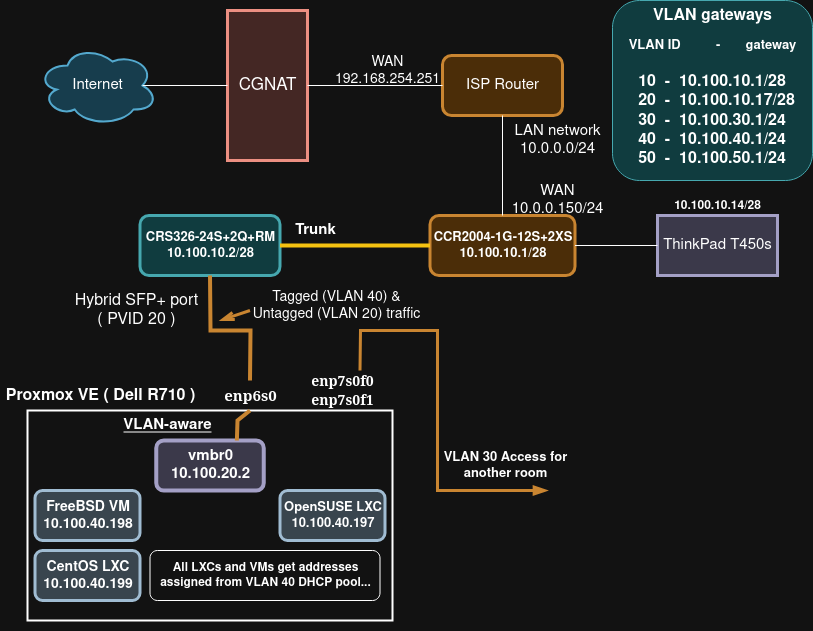
The draw.io diagram media/topology.png in Andreansx/Networking-lab, before a commit. Source tidied: cells renumbered, new cells last; positions are measured from the earlier drawing's top-left corner, leaving out a move shared by most shapes.
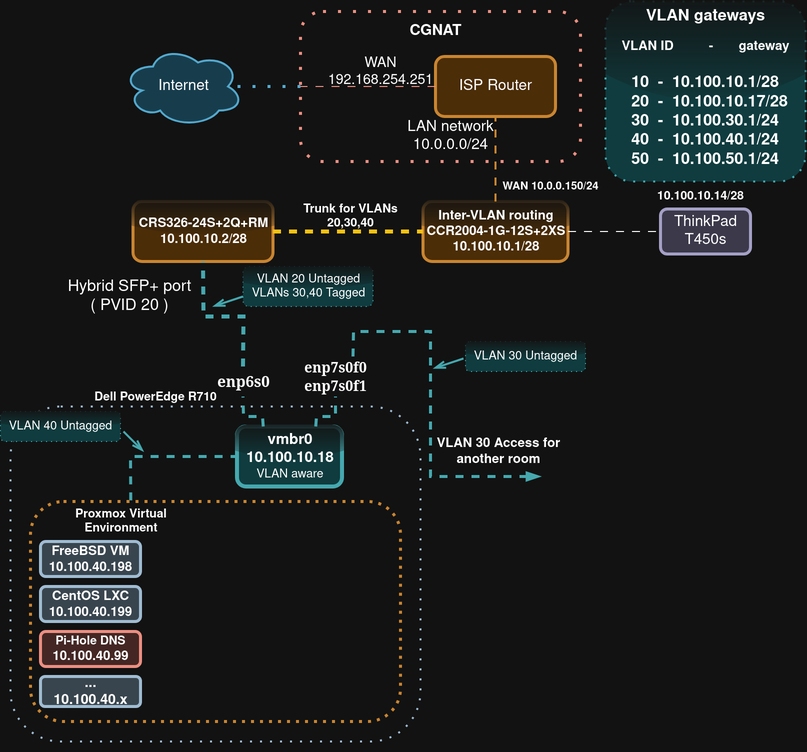
The same diagram one commit later.

The edit, as a diff of the source:
```diff
@@ -4,4 +4,13 @@
     <mxCell id="1" parent="0" />
+    <mxCell id="17" style="rounded=1;whiteSpace=wrap;html=1;strokeWidth=2;perimeterSpacing=0;dashed=1;dashPattern=1 4;fillColor=none;strokeColor=#23445d;glass=0;" parent="1" vertex="1">
+      <mxGeometry x="18" y="405" width="410" height="335" as="geometry" />
+    </mxCell>
+    <mxCell id="41" style="rounded=1;whiteSpace=wrap;html=1;dashed=1;dashPattern=1 2;fillColor=none;strokeColor=#b46504;strokeWidth=3;" parent="1" vertex="1">
+      <mxGeometry x="38" y="500" width="370" height="220" as="geometry" />
+    </mxCell>
+    <mxCell id="4" style="rounded=1;whiteSpace=wrap;html=1;fillColor=none;strokeColor=#ae4132;strokeWidth=3;dashed=1;dashPattern=1 4;" parent="1" vertex="1">
+      <mxGeometry x="308" y="10" width="280" height="150" as="geometry" />
+    </mxCell>
     <mxCell id="2" value="&lt;font style=&quot;font-size: 15px;&quot;&gt;Internet&lt;/font&gt;" style="ellipse;shape=cloud;whiteSpace=wrap;html=1;fillColor=#b1ddf0;strokeColor=#10739e;strokeWidth=2;" parent="1" vertex="1">
-      <mxGeometry x="38" y="45" width="120" height="80" as="geometry" />
+      <mxGeometry x="130.5" y="45" width="120" height="80" as="geometry" />
     </mxCell>
@@ -10,9 +19,6 @@
     </mxCell>
-    <mxCell id="4" value="&lt;font style=&quot;font-size: 17px;&quot;&gt;CGNAT&lt;/font&gt;" style="rounded=0;whiteSpace=wrap;html=1;fillColor=#fad9d5;strokeColor=#ae4132;strokeWidth=3;" parent="1" vertex="1">
-      <mxGeometry x="228" y="10" width="80" height="150" as="geometry" />
-    </mxCell>
-    <mxCell id="5" style="endArrow=none;html=1;rounded=0;entryX=0;entryY=0.5;entryDx=0;entryDy=0;exitX=1;exitY=0.5;exitDx=0;exitDy=0;" parent="1" edge="1" source="4" target="3">
+    <mxCell id="5" style="endArrow=none;html=1;rounded=0;entryX=0;entryY=0.5;entryDx=0;entryDy=0;exitX=0;exitY=0.5;exitDx=0;exitDy=0;fillColor=#fad9d5;strokeColor=#ae4132;flowAnimation=1;" parent="1" edge="1" source="3" target="4">
       <mxGeometry relative="1" as="geometry" />
     </mxCell>
-    <mxCell id="6" style="endArrow=none;html=1;rounded=0;entryX=0;entryY=0.5;entryDx=0;entryDy=0;exitX=0.875;exitY=0.5;exitDx=0;exitDy=0;exitPerimeter=0;" parent="1" edge="1" source="2" target="4">
+    <mxCell id="6" style="endArrow=none;html=1;rounded=0;entryX=0.875;entryY=0.5;entryDx=0;entryDy=0;exitX=0;exitY=0.5;exitDx=0;exitDy=0;fillColor=#b1ddf0;strokeColor=#10739e;flowAnimation=1;entryPerimeter=0;strokeWidth=3;endFill=0;dashed=1;dashPattern=1 4;" parent="1" edge="1" source="4" target="2">
       <mxGeometry relative="1" as="geometry" />
@@ -23,39 +29,36 @@
     <mxCell id="8" value="&lt;div&gt;&lt;font style=&quot;font-size: 15px;&quot;&gt;LAN network&lt;/font&gt;&lt;/div&gt;&lt;div&gt;&lt;font style=&quot;font-size: 15px;&quot;&gt;10.0.0.0/24&lt;/font&gt;&lt;/div&gt;" style="text;html=1;align=center;verticalAlign=middle;whiteSpace=wrap;rounded=0;" parent="1" vertex="1">
-      <mxGeometry x="513" y="125" width="90" height="30" as="geometry" />
+      <mxGeometry x="413" y="120" width="90" height="30" as="geometry" />
     </mxCell>
-    <mxCell id="9" value="&lt;div&gt;&lt;font style=&quot;font-size: 13px;&quot;&gt;&lt;b&gt;CCR2004-1G-12S+2XS&lt;/b&gt;&lt;/font&gt;&lt;/div&gt;&lt;div&gt;&lt;font style=&quot;font-size: 13px;&quot;&gt;&lt;b&gt;10.100.10.1/28&lt;/b&gt;&lt;/font&gt;&lt;/div&gt;" style="rounded=1;whiteSpace=wrap;html=1;fillColor=#fad7ac;strokeColor=#b46504;strokeWidth=3;" parent="1" vertex="1">
-      <mxGeometry x="430.5" y="215" width="145" height="60" as="geometry" />
+    <mxCell id="9" value="&lt;div&gt;&lt;font style=&quot;font-size: 13px;&quot;&gt;&lt;b&gt;Inter-VLAN routing&lt;/b&gt;&lt;/font&gt;&lt;/div&gt;&lt;div&gt;&lt;font style=&quot;font-size: 13px;&quot;&gt;&lt;b&gt;CCR2004-1G-12S+2XS&lt;/b&gt;&lt;/font&gt;&lt;/div&gt;&lt;div&gt;&lt;font style=&quot;font-size: 13px;&quot;&gt;&lt;b&gt;10.100.10.1/28&lt;/b&gt;&lt;/font&gt;&lt;/div&gt;" style="rounded=1;whiteSpace=wrap;html=1;fillColor=#fad7ac;strokeColor=#b46504;strokeWidth=3;glass=1;" parent="1" vertex="1">
+      <mxGeometry x="430.5" y="200" width="145" height="60" as="geometry" />
     </mxCell>
-    <mxCell id="10" style="endArrow=none;html=1;rounded=0;entryX=0.5;entryY=1;entryDx=0;entryDy=0;exitX=0.5;exitY=0;exitDx=0;exitDy=0;" parent="1" edge="1" source="9" target="3">
+    <mxCell id="10" style="endArrow=none;html=1;rounded=0;entryX=0.5;entryY=1;entryDx=0;entryDy=0;exitX=0.5;exitY=0;exitDx=0;exitDy=0;fillColor=#fad7ac;strokeColor=#b46504;strokeWidth=2;flowAnimation=1;" parent="1" edge="1" source="9" target="3">
       <mxGeometry relative="1" as="geometry" />
     </mxCell>
-    <mxCell id="11" value="&lt;div&gt;&lt;font style=&quot;font-size: 15px;&quot;&gt;WAN&lt;/font&gt;&lt;/div&gt;&lt;div&gt;&lt;font style=&quot;font-size: 15px;&quot;&gt;10.0.0.150/24&lt;/font&gt;&lt;/div&gt;" style="text;html=1;align=center;verticalAlign=middle;whiteSpace=wrap;rounded=0;" parent="1" vertex="1">
-      <mxGeometry x="503" y="185" width="110" height="30" as="geometry" />
+    <mxCell id="11" value="&lt;div&gt;&lt;b&gt;&lt;font style=&quot;font-size: 11px;&quot;&gt;WAN 10.0.0.150/24&lt;/font&gt;&lt;/b&gt;&lt;/div&gt;" style="text;html=1;align=center;verticalAlign=middle;whiteSpace=wrap;rounded=0;" parent="1" vertex="1">
+      <mxGeometry x="503" y="170" width="110" height="30" as="geometry" />
     </mxCell>
-    <mxCell id="12" value="&lt;div&gt;&lt;font style=&quot;font-size: 13px;&quot;&gt;&lt;b&gt;CRS326-24S+2Q+RM&lt;/b&gt;&lt;/font&gt;&lt;/div&gt;&lt;div&gt;&lt;font style=&quot;font-size: 13px;&quot;&gt;&lt;b&gt;10.100.10.2/28&lt;/b&gt;&lt;/font&gt;&lt;/div&gt;" style="rounded=1;whiteSpace=wrap;html=1;fillColor=#b0e3e6;strokeColor=#0e8088;strokeWidth=3;" parent="1" vertex="1">
-      <mxGeometry x="140.5" y="215" width="140" height="60" as="geometry" />
+    <mxCell id="12" value="&lt;div&gt;&lt;font style=&quot;font-size: 13px;&quot;&gt;&lt;b&gt;CRS326-24S+2Q+RM&lt;/b&gt;&lt;/font&gt;&lt;/div&gt;&lt;div&gt;&lt;font style=&quot;font-size: 13px;&quot;&gt;&lt;b&gt;10.100.10.2/28&lt;/b&gt;&lt;/font&gt;&lt;/div&gt;" style="rounded=1;whiteSpace=wrap;html=1;fillColor=#fad7ac;strokeColor=#b46504;strokeWidth=3;glass=1;" parent="1" vertex="1">
+      <mxGeometry x="140.5" y="200" width="140" height="60" as="geometry" />
     </mxCell>
-    <mxCell id="13" style="endArrow=none;html=1;rounded=0;strokeWidth=4;strokeColor=light-dark(#000000,#F5C211);entryX=0;entryY=0.5;entryDx=0;entryDy=0;exitX=1;exitY=0.5;exitDx=0;exitDy=0;" parent="1" edge="1" source="12" target="9">
+    <mxCell id="13" style="endArrow=none;html=1;rounded=0;strokeWidth=4;strokeColor=light-dark(#000000,#F5C211);entryX=0;entryY=0.5;entryDx=0;entryDy=0;exitX=1;exitY=0.5;exitDx=0;exitDy=0;flowAnimation=1;" parent="1" edge="1" source="12" target="9">
       <mxGeometry relative="1" as="geometry" />
     </mxCell>
-    <mxCell id="14" value="&lt;b&gt;&lt;font style=&quot;font-size: 15px;&quot;&gt;Trunk&lt;/font&gt;&lt;/b&gt;" style="text;html=1;align=center;verticalAlign=middle;whiteSpace=wrap;rounded=0;" parent="1" vertex="1">
-      <mxGeometry x="270.5" y="215" width="90" height="30" as="geometry" />
+    <mxCell id="14" value="&lt;b&gt;Trunk for VLANs 20,30,40&lt;/b&gt;" style="text;html=1;align=center;verticalAlign=middle;whiteSpace=wrap;rounded=0;" parent="1" vertex="1">
+      <mxGeometry x="303" y="200" width="110" height="30" as="geometry" />
     </mxCell>
-    <mxCell id="15" value="&lt;font style=&quot;font-size: 15px;&quot;&gt;ThinkPad T450s&lt;/font&gt;" style="rounded=0;whiteSpace=wrap;html=1;fillColor=#d0cee2;strokeColor=#56517e;strokeWidth=3;" parent="1" vertex="1">
-      <mxGeometry x="658" y="215" width="120" height="60" as="geometry" />
+    <mxCell id="15" value="&lt;font style=&quot;font-size: 15px;&quot;&gt;ThinkPad T450s&lt;/font&gt;" style="rounded=1;whiteSpace=wrap;html=1;fillColor=#d0cee2;strokeColor=#56517e;strokeWidth=3;" parent="1" vertex="1">
+      <mxGeometry x="668" y="207.5" width="90" height="45" as="geometry" />
     </mxCell>
     <mxCell id="16" value="&lt;div&gt;&lt;b&gt;10.100.10.14/28&lt;/b&gt;&lt;/div&gt;" style="text;html=1;align=center;verticalAlign=middle;whiteSpace=wrap;rounded=0;" parent="1" vertex="1">
-      <mxGeometry x="668" y="180" width="100" height="50" as="geometry" />
+      <mxGeometry x="658" y="170" width="100" height="50" as="geometry" />
     </mxCell>
-    <mxCell id="17" style="rounded=0;whiteSpace=wrap;html=1;strokeWidth=2;" parent="1" vertex="1">
-      <mxGeometry x="28" y="410" width="365" height="210" as="geometry" />
-    </mxCell>
-    <mxCell id="18" value="&lt;b&gt;&lt;font style=&quot;font-size: 16px;&quot;&gt;Proxmox VE ( Dell R710 )&lt;/font&gt;&lt;/b&gt;" style="text;html=1;align=center;verticalAlign=middle;whiteSpace=wrap;rounded=0;" parent="1" vertex="1">
-      <mxGeometry x="0.5" y="390" width="200" height="10" as="geometry" />
+    <mxCell id="18" value="&lt;b&gt;Dell PowerEdge R710&lt;/b&gt;" style="text;html=1;align=center;verticalAlign=middle;whiteSpace=wrap;rounded=0;" parent="1" vertex="1">
+      <mxGeometry x="98" y="391" width="130" height="10" as="geometry" />
     </mxCell>
-    <mxCell id="19" style="endArrow=none;html=1;rounded=0;fontSize=12;startSize=8;endSize=8;curved=0;entryX=0.5;entryY=1;entryDx=0;entryDy=0;fillColor=#fad7ac;strokeColor=#b46504;strokeWidth=4;exitX=0.5;exitY=0;exitDx=0;exitDy=0;" parent="1" edge="1" source="38" target="12">
+    <mxCell id="19" style="endArrow=none;html=1;rounded=0;fontSize=12;startSize=8;endSize=8;curved=0;entryX=0.5;entryY=1;entryDx=0;entryDy=0;fillColor=#b0e3e6;strokeColor=#0e8088;strokeWidth=4;exitX=0.5;exitY=0;exitDx=0;exitDy=0;flowAnimation=1;" parent="1" edge="1" source="38" target="12">
       <mxGeometry relative="1" as="geometry">
         <Array as="points">
-          <mxPoint x="251" y="330" />
-          <mxPoint x="211" y="330" />
+          <mxPoint x="251" y="315" />
+          <mxPoint x="211" y="315" />
         </Array>
@@ -64,22 +67,16 @@
     <mxCell id="20" value="&lt;div&gt;&lt;font style=&quot;font-size: 16px;&quot;&gt;Hybrid SFP+ port&lt;/font&gt;&lt;/div&gt;&lt;div&gt;&lt;font style=&quot;font-size: 16px;&quot;&gt;( PVID 20 )&lt;/font&gt;&lt;/div&gt;" style="text;html=1;align=center;verticalAlign=middle;whiteSpace=wrap;rounded=0;" parent="1" vertex="1">
-      <mxGeometry x="68" y="280" width="137.5" height="60" as="geometry" />
+      <mxGeometry x="68" y="265" width="137.5" height="60" as="geometry" />
     </mxCell>
-    <mxCell id="21" value="&lt;div&gt;&lt;font style=&quot;font-size: 15px;&quot;&gt;&lt;b&gt;vmbr0&lt;/b&gt;&lt;/font&gt;&lt;/div&gt;&lt;div&gt;&lt;font style=&quot;font-size: 15px;&quot;&gt;&lt;b&gt;10.100.20.2&lt;/b&gt;&lt;/font&gt;&lt;/div&gt;" style="rounded=1;whiteSpace=wrap;html=1;fillColor=#d0cee2;strokeColor=#56517e;strokeWidth=4;" parent="1" vertex="1">
-      <mxGeometry x="156.8" y="440" width="107.5" height="50" as="geometry" />
+    <mxCell id="21" value="&lt;div&gt;&lt;font style=&quot;font-size: 15px;&quot;&gt;&lt;b&gt;vmbr0&lt;/b&gt;&lt;/font&gt;&lt;/div&gt;&lt;div&gt;&lt;font style=&quot;font-size: 15px;&quot;&gt;&lt;b&gt;10.100.10.18&lt;/b&gt;&lt;/font&gt;&lt;/div&gt;&lt;div&gt;VLAN aware&lt;/div&gt;" style="rounded=1;whiteSpace=wrap;html=1;fillColor=#b0e3e6;strokeColor=#0e8088;strokeWidth=4;glass=1;" parent="1" vertex="1">
+      <mxGeometry x="244.5" y="425" width="105" height="60" as="geometry" />
     </mxCell>
-    <mxCell id="22" value="&lt;font style=&quot;font-size: 15px;&quot;&gt;&lt;b&gt;&lt;u&gt;VLAN-aware&lt;/u&gt;&lt;/b&gt;&lt;/font&gt;" style="text;html=1;align=center;verticalAlign=middle;whiteSpace=wrap;rounded=0;" parent="1" vertex="1">
-      <mxGeometry x="108" y="400" width="120" height="50" as="geometry" />
-    </mxCell>
-    <mxCell id="23" value="&lt;div&gt;&lt;font style=&quot;font-size: 14px;&quot;&gt;&lt;b&gt;FreeBSD VM&lt;/b&gt;&lt;/font&gt;&lt;/div&gt;&lt;div&gt;&lt;font style=&quot;font-size: 14px;&quot;&gt;&lt;b&gt;10.100.40.198&lt;/b&gt;&lt;/font&gt;&lt;/div&gt;" style="rounded=1;whiteSpace=wrap;html=1;fillColor=#bac8d3;strokeColor=#23445d;strokeWidth=3;" parent="1" vertex="1">
-      <mxGeometry x="35.5" y="490" width="105" height="50" as="geometry" />
+    <mxCell id="23" value="&lt;div&gt;&lt;font style=&quot;font-size: 13px;&quot;&gt;&lt;b&gt;FreeBSD VM&lt;/b&gt;&lt;/font&gt;&lt;/div&gt;&lt;div&gt;&lt;font style=&quot;font-size: 13px;&quot;&gt;&lt;b&gt;10.100.40.198&lt;/b&gt;&lt;/font&gt;&lt;/div&gt;" style="rounded=1;whiteSpace=wrap;html=1;fillColor=#bac8d3;strokeColor=#23445d;strokeWidth=3;" parent="1" vertex="1">
+      <mxGeometry x="48" y="540" width="100" height="35" as="geometry" />
     </mxCell>
-    <mxCell id="24" style="endArrow=openThin;html=1;rounded=0;fontSize=12;startSize=8;endSize=8;curved=1;strokeWidth=3;fillColor=#fad7ac;strokeColor=#b46504;endFill=0;" parent="1" edge="1">
+    <mxCell id="24" style="endArrow=openThin;html=1;rounded=0;fontSize=12;startSize=8;endSize=8;curved=1;strokeWidth=2;fillColor=#b0e3e6;strokeColor=#0e8088;endFill=0;flowAnimation=0;" parent="1" edge="1">
       <mxGeometry relative="1" as="geometry">
-        <mxPoint x="250.5" y="310" as="sourcePoint" />
-        <mxPoint x="220.5" y="320" as="targetPoint" />
+        <mxPoint x="250.5" y="295" as="sourcePoint" />
+        <mxPoint x="220.5" y="305" as="targetPoint" />
       </mxGeometry>
     </mxCell>
-    <mxCell id="25" value="&lt;font style=&quot;font-size: 14px;&quot;&gt;Tagged (VLAN 40) &amp;amp; Untagged (VLAN 20) traffic&lt;/font&gt;" style="text;html=1;align=center;verticalAlign=middle;whiteSpace=wrap;rounded=0;" parent="1" vertex="1">
-      <mxGeometry x="243" y="280" width="187.5" height="50" as="geometry" />
-    </mxCell>
     <mxCell id="26" style="edgeStyle=none;curved=1;rounded=0;orthogonalLoop=1;jettySize=auto;html=1;exitX=0.5;exitY=1;exitDx=0;exitDy=0;fontSize=12;startSize=8;endSize=8;" parent="1" edge="1" source="17" target="17">
@@ -90,15 +87,12 @@
     </mxCell>
-    <mxCell id="28" value="&lt;div&gt;&lt;font style=&quot;font-size: 14px;&quot;&gt;&lt;b&gt;CentOS LXC&lt;/b&gt;&lt;/font&gt;&lt;/div&gt;&lt;div&gt;&lt;font style=&quot;font-size: 14px;&quot;&gt;&lt;b&gt;10.100.40.199&lt;/b&gt;&lt;/font&gt;&lt;/div&gt;" style="rounded=1;whiteSpace=wrap;html=1;fillColor=#bac8d3;strokeColor=#23445d;strokeWidth=3;" parent="1" vertex="1">
-      <mxGeometry x="35.5" y="550" width="105" height="50" as="geometry" />
+    <mxCell id="28" value="&lt;div&gt;&lt;font style=&quot;font-size: 13px;&quot;&gt;&lt;b&gt;CentOS LXC&lt;/b&gt;&lt;/font&gt;&lt;/div&gt;&lt;div&gt;&lt;font style=&quot;font-size: 13px;&quot;&gt;&lt;b&gt;10.100.40.199&lt;/b&gt;&lt;/font&gt;&lt;/div&gt;" style="rounded=1;whiteSpace=wrap;html=1;fillColor=#bac8d3;strokeColor=#23445d;strokeWidth=3;" parent="1" vertex="1">
+      <mxGeometry x="48" y="585" width="100" height="35" as="geometry" />
     </mxCell>
-    <mxCell id="29" value="&lt;div&gt;&lt;font style=&quot;font-size: 13px;&quot;&gt;&lt;b&gt;&lt;font&gt;OpenSUSE LXC&lt;/font&gt;&lt;/b&gt;&lt;/font&gt;&lt;/div&gt;&lt;div&gt;&lt;font style=&quot;font-size: 13px;&quot;&gt;&lt;b&gt;&lt;font&gt;10.100.40.197&lt;/font&gt;&lt;/b&gt;&lt;/font&gt;&lt;/div&gt;" style="rounded=1;whiteSpace=wrap;html=1;fillColor=#bac8d3;strokeColor=#23445d;strokeWidth=3;" parent="1" vertex="1">
-      <mxGeometry x="280.5" y="490" width="105" height="50" as="geometry" />
+    <mxCell id="29" value="&lt;div&gt;&lt;b&gt;Pi-Hole DNS&lt;/b&gt;&lt;/div&gt;&lt;div&gt;&lt;font style=&quot;font-size: 13px;&quot;&gt;&lt;b&gt;&lt;font&gt;10.100.40.99&lt;/font&gt;&lt;/b&gt;&lt;/font&gt;&lt;/div&gt;" style="rounded=1;whiteSpace=wrap;html=1;fillColor=#fad9d5;strokeColor=#ae4132;strokeWidth=3;" parent="1" vertex="1">
+      <mxGeometry x="48" y="630" width="100" height="35" as="geometry" />
     </mxCell>
-    <mxCell id="30" value="&lt;b&gt;All LXCs and VMs get addresses assigned from VLAN 40 DHCP pool...&lt;/b&gt;" style="rounded=1;whiteSpace=wrap;html=1;" parent="1" vertex="1">
-      <mxGeometry x="150.5" y="550" width="230" height="50" as="geometry" />
-    </mxCell>
-    <mxCell id="31" style="endArrow=none;html=1;rounded=0;entryX=0;entryY=0.5;entryDx=0;entryDy=0;exitX=1;exitY=0.5;exitDx=0;exitDy=0;" parent="1" edge="1" source="9" target="15">
+    <mxCell id="31" style="endArrow=none;html=1;rounded=0;entryX=0;entryY=0.5;entryDx=0;entryDy=0;exitX=1;exitY=0.5;exitDx=0;exitDy=0;flowAnimation=1;" parent="1" edge="1" source="9" target="15">
       <mxGeometry relative="1" as="geometry" />
     </mxCell>
-    <mxCell id="32" style="rounded=1;whiteSpace=wrap;html=1;fillColor=#b0e3e6;strokeColor=#0e8088;" parent="1" vertex="1">
+    <mxCell id="32" style="rounded=1;whiteSpace=wrap;html=1;fillColor=#b0e3e6;strokeColor=#0e8088;strokeWidth=2;dashed=1;dashPattern=1 4;glass=1;" parent="1" vertex="1">
       <mxGeometry x="613" width="200" height="180" as="geometry" />
@@ -114,5 +108,5 @@
     </mxCell>
-    <mxCell id="36" style="endArrow=blockThin;html=1;rounded=0;fillColor=#fad7ac;strokeColor=#b46504;strokeWidth=3;endFill=1;endSize=7;exitX=0.75;exitY=0;exitDx=0;exitDy=0;" parent="1" edge="1" source="39">
+    <mxCell id="36" style="endArrow=blockThin;html=1;rounded=0;fillColor=#b0e3e6;strokeColor=#0e8088;strokeWidth=3;endFill=1;endSize=7;exitX=0.75;exitY=0;exitDx=0;exitDy=0;flowAnimation=1;" parent="1" edge="1" source="39">
       <mxGeometry relative="1" as="geometry">
-        <mxPoint x="548" y="490" as="targetPoint" />
+        <mxPoint x="548" y="475" as="targetPoint" />
         <Array as="points">
@@ -120,3 +114,3 @@
           <mxPoint x="438" y="330" />
-          <mxPoint x="438" y="490" />
+          <mxPoint x="438" y="475" />
         </Array>
@@ -125,14 +119,15 @@
     <mxCell id="37" value="&lt;b&gt;&lt;font style=&quot;font-size: 13px;&quot;&gt;VLAN 30 Access for another room&lt;/font&gt;&lt;/b&gt;" style="text;html=1;align=center;verticalAlign=middle;whiteSpace=wrap;rounded=0;" parent="1" vertex="1">
-      <mxGeometry x="435.5" y="440" width="140" height="50" as="geometry" />
+      <mxGeometry x="435.5" y="425" width="140" height="50" as="geometry" />
     </mxCell>
     <mxCell id="38" value="&lt;b&gt;&lt;font style=&quot;font-size: 15px;&quot; face=&quot;Tahoma&quot;&gt;enp6s0&lt;/font&gt;&lt;/b&gt;" style="text;html=1;align=center;verticalAlign=middle;whiteSpace=wrap;rounded=0;" parent="1" vertex="1">
-      <mxGeometry x="220.5" y="380" width="60" height="30" as="geometry" />
+      <mxGeometry x="220.5" y="365" width="60" height="30" as="geometry" />
     </mxCell>
     <mxCell id="39" value="&lt;div&gt;&lt;font style=&quot;font-size: 14px;&quot; face=&quot;Tahoma&quot;&gt;&lt;b&gt;enp7s0f0&lt;/b&gt;&lt;/font&gt;&lt;/div&gt;&lt;div&gt;&lt;font style=&quot;font-size: 14px;&quot; face=&quot;Tahoma&quot;&gt;&lt;b&gt;enp7s0f1&lt;/b&gt;&lt;/font&gt;&lt;/div&gt;" style="text;html=1;align=center;verticalAlign=middle;whiteSpace=wrap;rounded=0;" parent="1" vertex="1">
-      <mxGeometry x="308" y="370" width="70" height="40" as="geometry" />
+      <mxGeometry x="308" y="355" width="70" height="40" as="geometry" />
     </mxCell>
-    <mxCell id="40" style="endArrow=none;html=1;rounded=0;entryX=0.5;entryY=1;entryDx=0;entryDy=0;exitX=0.75;exitY=0;exitDx=0;exitDy=0;fillColor=#fad7ac;strokeColor=#b46504;strokeWidth=4;" parent="1" edge="1" source="21" target="38">
+    <mxCell id="40" style="endArrow=none;html=1;rounded=0;entryX=0.5;entryY=1;entryDx=0;entryDy=0;exitX=0.25;exitY=0;exitDx=0;exitDy=0;fillColor=#b0e3e6;strokeColor=#0e8088;strokeWidth=3;flowAnimation=1;" parent="1" edge="1" source="21" target="38">
       <mxGeometry relative="1" as="geometry">
         <Array as="points">
-          <mxPoint x="238" y="420" />
+          <mxPoint x="270" y="415" />
+          <mxPoint x="251" y="415" />
         </Array>
@@ -140,2 +135,47 @@
     </mxCell>
+    <mxCell id="42" style="endArrow=none;html=1;rounded=0;entryX=0.5;entryY=1;entryDx=0;entryDy=0;exitX=0.75;exitY=0;exitDx=0;exitDy=0;fillColor=#b0e3e6;strokeColor=#0e8088;strokeWidth=3;flowAnimation=1;" parent="1" edge="1" source="21" target="39">
+      <mxGeometry relative="1" as="geometry">
+        <Array as="points">
+          <mxPoint x="324" y="415" />
+          <mxPoint x="343" y="415" />
+        </Array>
+      </mxGeometry>
+    </mxCell>
+    <mxCell id="43" value="&lt;div&gt;VLAN 20 Untagged&lt;/div&gt;&lt;div&gt;VLANs 30,40 Tagged&lt;/div&gt;" style="text;html=1;align=center;verticalAlign=middle;whiteSpace=wrap;rounded=1;fillColor=#b0e3e6;strokeColor=#0e8088;perimeterSpacing=5;gradientColor=none;dashed=1;glass=1;shadow=0;dashPattern=1 4;" parent="1" vertex="1">
+      <mxGeometry x="250.5" y="265" width="130" height="40" as="geometry" />
+    </mxCell>
+    <mxCell id="44" value="&lt;div&gt;&lt;font style=&quot;font-size: 14px;&quot;&gt;&lt;b&gt;...&lt;/b&gt;&lt;/font&gt;&lt;/div&gt;&lt;div&gt;&lt;font style=&quot;font-size: 14px;&quot;&gt;&lt;b&gt;10.100.40.x&lt;/b&gt;&lt;/font&gt;&lt;/div&gt;" style="rounded=1;whiteSpace=wrap;html=1;fillColor=#bac8d3;strokeColor=#23445d;strokeWidth=3;" parent="1" vertex="1">
+      <mxGeometry x="48" y="675" width="100" height="30" as="geometry" />
+    </mxCell>
+    <mxCell id="45" value="&lt;b&gt;&lt;font style=&quot;font-size: 15px;&quot;&gt;CGNAT&lt;/font&gt;&lt;/b&gt;" style="text;html=1;align=center;verticalAlign=middle;whiteSpace=wrap;rounded=0;" parent="1" vertex="1">
+      <mxGeometry x="413" y="15" width="60" height="30" as="geometry" />
+    </mxCell>
+    <mxCell id="46" value="VLAN 30 Untagged" style="text;html=1;align=center;verticalAlign=middle;whiteSpace=wrap;rounded=1;fillColor=#b0e3e6;strokeColor=#0e8088;perimeterSpacing=5;gradientColor=none;dashed=1;glass=1;shadow=0;dashPattern=1 4;" parent="1" vertex="1">
+      <mxGeometry x="473" y="340" width="120" height="30" as="geometry" />
+    </mxCell>
+    <mxCell id="47" style="endArrow=openThin;html=1;rounded=0;fontSize=12;startSize=8;endSize=8;curved=1;strokeWidth=2;fillColor=#b0e3e6;strokeColor=#0e8088;endFill=0;flowAnimation=0;" parent="1" edge="1">
+      <mxGeometry relative="1" as="geometry">
+        <mxPoint x="471" y="357" as="sourcePoint" />
+        <mxPoint x="441" y="367" as="targetPoint" />
+      </mxGeometry>
+    </mxCell>
+    <mxCell id="48" value="&lt;b&gt;Proxmox Virtual Environment&lt;/b&gt;" style="text;html=1;align=center;verticalAlign=middle;whiteSpace=wrap;rounded=0;" parent="1" vertex="1">
+      <mxGeometry x="78.8" y="505" width="98.5" height="30" as="geometry" />
+    </mxCell>
+    <mxCell id="49" style="endArrow=none;html=1;rounded=0;entryX=0;entryY=0.5;entryDx=0;entryDy=0;fillColor=#b0e3e6;strokeColor=#0e8088;strokeWidth=3;flowAnimation=1;exitX=0.271;exitY=-0.005;exitDx=0;exitDy=0;exitPerimeter=0;" parent="1" edge="1" source="41" target="21">
+      <mxGeometry relative="1" as="geometry">
+        <Array as="points">
+          <mxPoint x="138" y="455" />
+        </Array>
+      </mxGeometry>
+    </mxCell>
+    <mxCell id="50" value="VLAN 40 Untagged" style="text;html=1;align=center;verticalAlign=middle;whiteSpace=wrap;rounded=1;fillColor=#b0e3e6;strokeColor=#0e8088;perimeterSpacing=5;gradientColor=none;dashed=1;glass=1;shadow=0;dashPattern=1 4;" parent="1" vertex="1">
+      <mxGeometry x="8" y="410" width="120" height="30" as="geometry" />
+    </mxCell>
+    <mxCell id="51" style="endArrow=openThin;html=1;rounded=0;fontSize=12;startSize=8;endSize=8;curved=1;strokeWidth=2;fillColor=#b0e3e6;strokeColor=#0e8088;endFill=0;flowAnimation=0;" parent="1" edge="1">
+      <mxGeometry relative="1" as="geometry">
+        <mxPoint x="131" y="430" as="sourcePoint" />
+        <mxPoint x="151" y="450" as="targetPoint" />
+      </mxGeometry>
+    </mxCell>
   </root>
```
